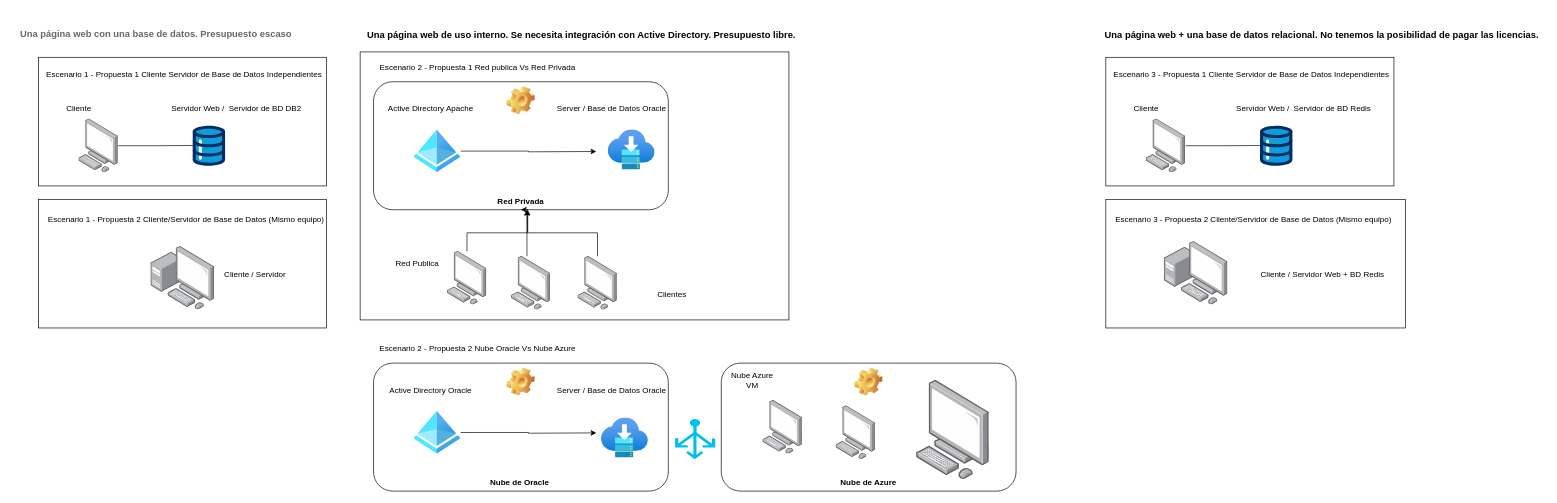
Before: Actividad-1-Escenario-Cliente-Servidot.drawio in raulgm00/draw.oi, a draw.io diagram. Source tidied: cells renumbered, new cells numbered last; positions are measured from the earlier drawing's top-left corner, leaving out a move shared by most shapes. Both pictures are drawn from the tidied source at 67%, with x=0, y=0 at pixel (11, 11).
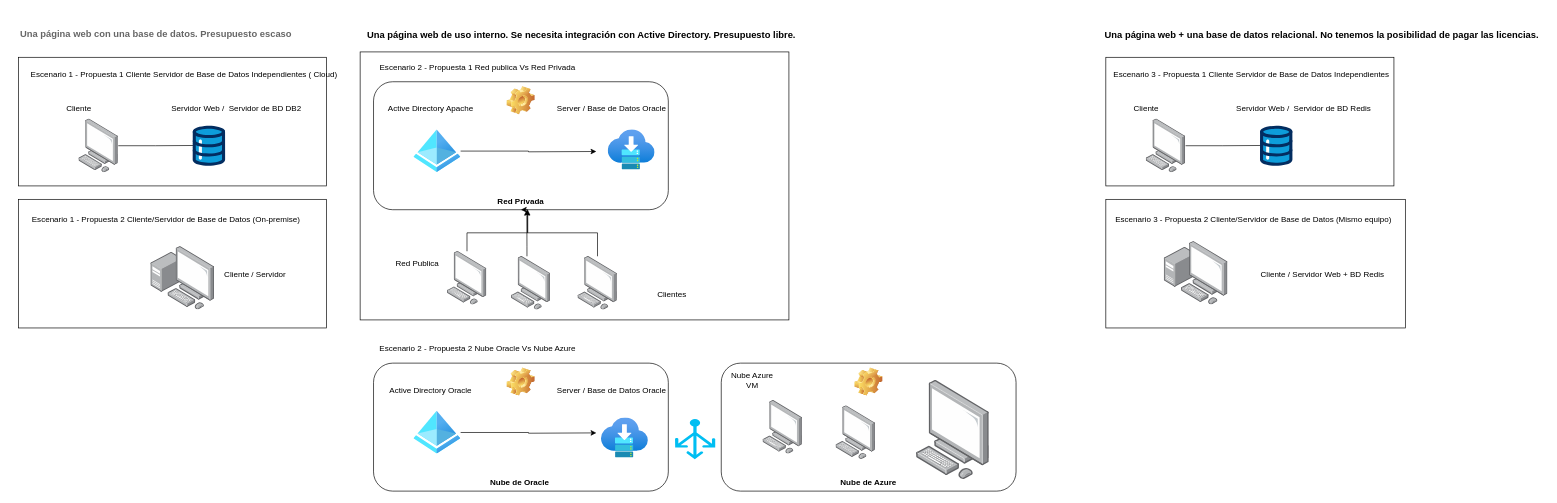
After the change.

Change to the diagram source:
```diff
@@
     <mxCell id="2" style="whiteSpace=wrap;html=1;align=center;newEdgeStyle={&quot;edgeStyle&quot;:&quot;elbowEdgeStyle&quot;,&quot;startArrow&quot;:&quot;none&quot;,&quot;endArrow&quot;:&quot;none&quot;};" parent="1" vertex="1">
-      <mxGeometry x="40" y="68" width="430" height="192" as="geometry" />
+      <mxGeometry x="10" y="68" width="460" height="192" as="geometry" />
     </mxCell>
@@
-    <mxCell id="6" value="Escenario 1 - Propuesta 1 Cliente Servidor de Base de Datos Independientes" style="text;html=1;align=center;verticalAlign=middle;strokeColor=none;fillColor=none;" parent="1" vertex="1">
-      <mxGeometry x="37" y="79" width="440" height="30" as="geometry" />
+    <mxCell id="6" value="Escenario 1 - Propuesta 1 Cliente Servidor de Base de Datos Independientes ( Cloud)" style="text;html=1;align=center;verticalAlign=middle;strokeColor=none;fillColor=none;" parent="1" vertex="1">
+      <mxGeometry x="17" y="79" width="480" height="30" as="geometry" />
     </mxCell>
     <mxCell id="7" style="whiteSpace=wrap;html=1;align=center;newEdgeStyle={&quot;edgeStyle&quot;:&quot;elbowEdgeStyle&quot;,&quot;startArrow&quot;:&quot;none&quot;,&quot;endArrow&quot;:&quot;none&quot;};" parent="1" vertex="1">
-      <mxGeometry x="40" y="280" width="430" height="192" as="geometry" />
+      <mxGeometry x="10" y="280" width="460" height="192" as="geometry" />
     </mxCell>
-    <mxCell id="8" value="Escenario 1 - Propuesta 2 Cliente/Servidor de Base de Datos (Mismo equipo)" style="text;html=1;align=center;verticalAlign=middle;strokeColor=none;fillColor=none;" parent="1" vertex="1">
-      <mxGeometry x="40" y="295" width="440" height="30" as="geometry" />
+    <mxCell id="8" value="Escenario 1 - Propuesta 2 Cliente/Servidor de Base de Datos (On-premise)" style="text;html=1;align=center;verticalAlign=middle;strokeColor=none;fillColor=none;" parent="1" vertex="1">
+      <mxGeometry x="20" y="295.5" width="420" height="30" as="geometry" />
     </mxCell>
```
